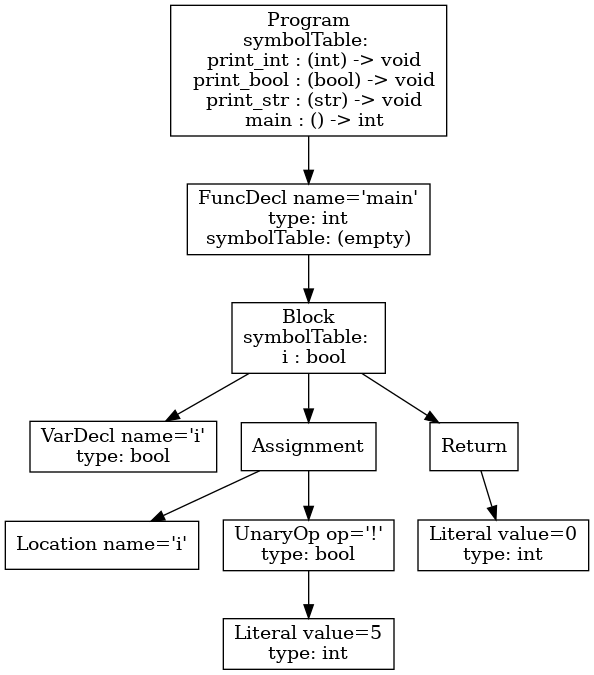
The Graphviz diagram tree.png in phamml/p3-analysis, before a commit. Its source is kept beside it as tree.dot.
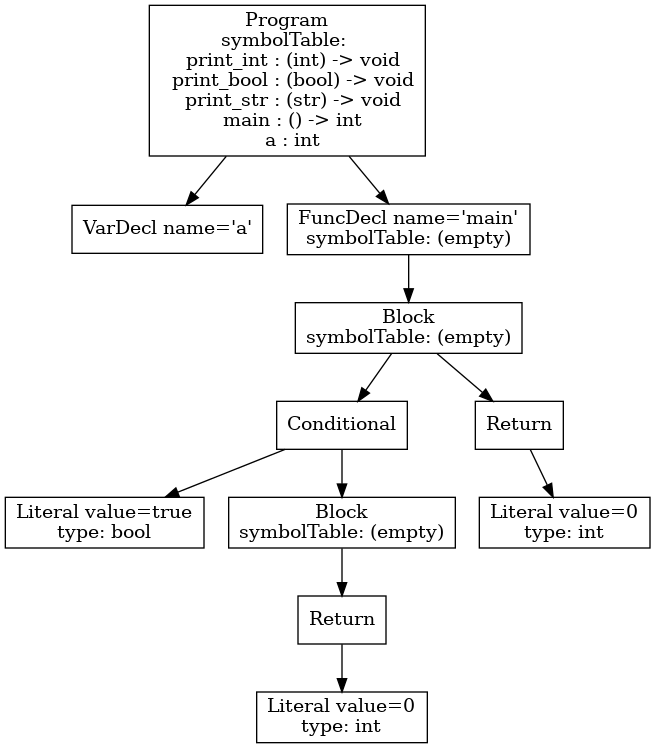
The same diagram one commit later.

Change to the diagram source:
```diff
@@ -1,21 +1,23 @@
 digraph AST {
-3 [shape=box, label="VarDecl name='i'\ntype: bool"];
-5 [shape=box, label="Location name='i'"];
-7 [shape=box, label="Literal value=5\ntype: int"];
-6 [shape=box, label="UnaryOp op='!'\ntype: bool"];
+1 [shape=box, label="VarDecl name='a'"];
+5 [shape=box, label="Literal value=true\ntype: bool"];
+8 [shape=box, label="Literal value=0\ntype: int"];
+7 [shape=box, label="Return"];
+7 -> 8;
+6 [shape=box, label="Block\nsymbolTable: (empty)"];
 6 -> 7;
-4 [shape=box, label="Assignment"];
+4 [shape=box, label="Conditional"];
 4 -> 5;
 4 -> 6;
-9 [shape=box, label="Literal value=0\ntype: int"];
-8 [shape=box, label="Return"];
-8 -> 9;
-2 [shape=box, label="Block\nsymbolTable: \n  i : bool"];
+10 [shape=box, label="Literal value=0\ntype: int"];
+9 [shape=box, label="Return"];
+9 -> 10;
+3 [shape=box, label="Block\nsymbolTable: (empty)"];
+3 -> 4;
+3 -> 9;
+2 [shape=box, label="FuncDecl name='main'\nsymbolTable: (empty)"];
 2 -> 3;
-2 -> 4;
-2 -> 8;
-1 [shape=box, label="FuncDecl name='main'\ntype: int\nsymbolTable: (empty)"];
-1 -> 2;
-0 [shape=box, label="Program\nsymbolTable: \n  print_int : (int) -> void\n  print_bool : (bool) -> void\n  print_str : (str) -> void\n  main : () -> int"];
+0 [shape=box, label="Program\nsymbolTable: \n  print_int : (int) -> void\n  print_bool : (bool) -> void\n  print_str : (str) -> void\n  main : () -> int\n  a : int"];
 0 -> 1;
+0 -> 2;
 }
```
